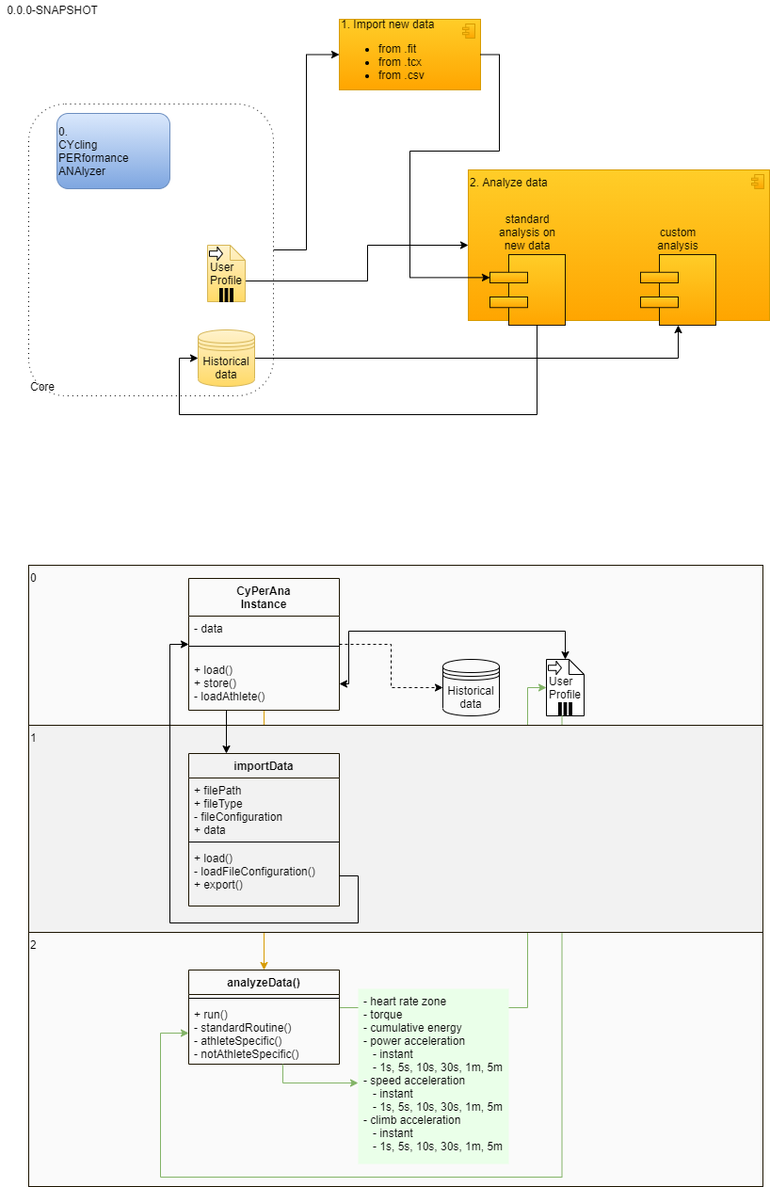
Before: architecture.png, a diagram exported from draw.io (stefano-v37/cyperana). Source tidied: cells renumbered, new cells last; positions are measured from the earlier drawing's top-left corner, leaving out a move shared by most shapes.
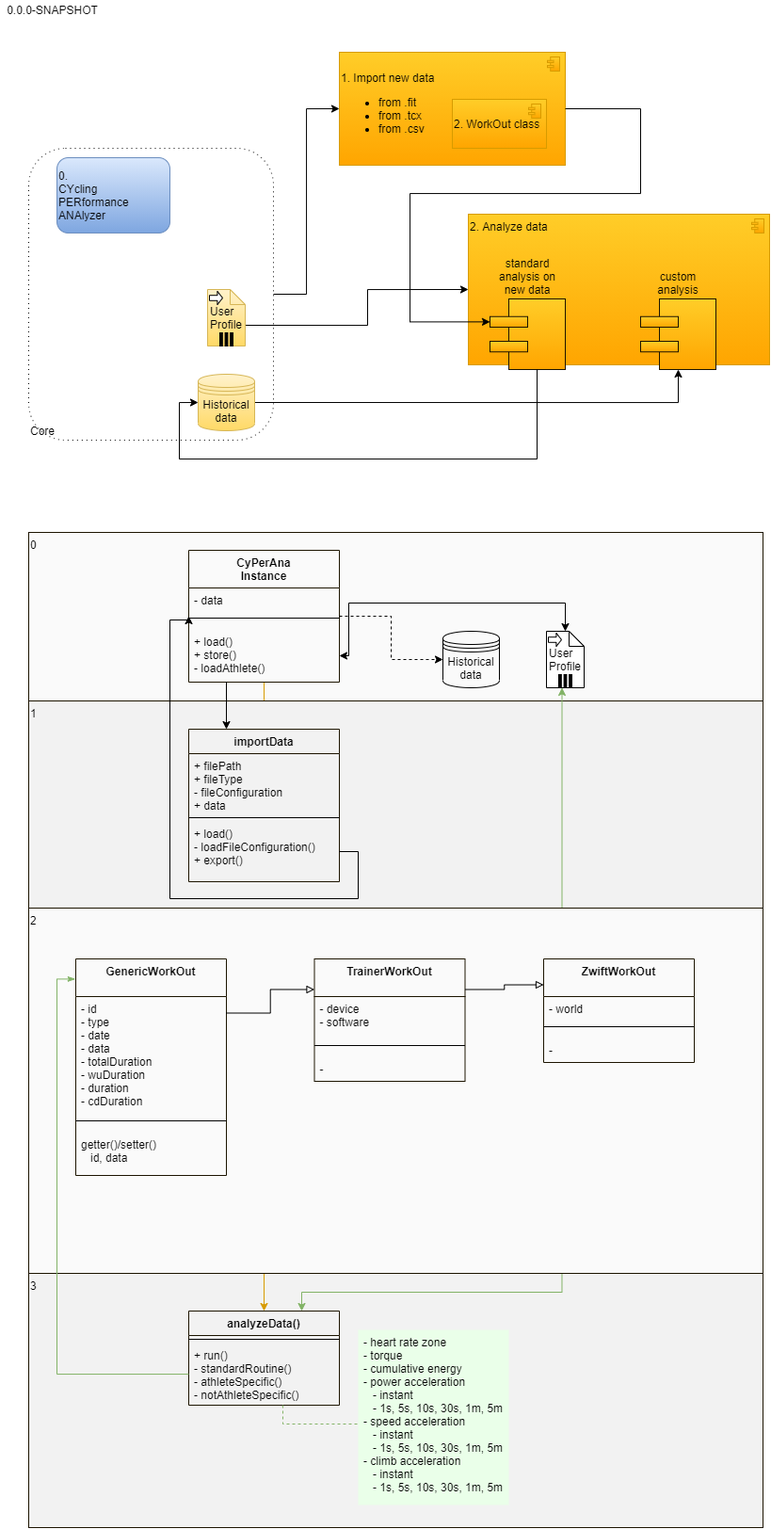
Above is the later version.

Commit message:
created class workOut  - inheritance for specific workout (zwift)

Change to the diagram source:
```diff
@@ -3,40 +3,40 @@
     <mxCell id="0" />
     <mxCell id="1" parent="0" />
     <mxCell id="2" value="0" style="whiteSpace=wrap;html=1;strokeColor=#1C1400;align=left;fillColor=#FAFAFA;verticalAlign=top;" parent="1" vertex="1">
-      <mxGeometry x="30" y="600" width="780" height="170" as="geometry" />
+      <mxGeometry x="30" y="565" width="780" height="179" as="geometry" />
     </mxCell>
-    <mxCell id="3" value="2" style="whiteSpace=wrap;html=1;strokeColor=#1C1400;align=left;fillColor=#FAFAFA;verticalAlign=top;" parent="1" vertex="1">
-      <mxGeometry x="30" y="990" width="780" height="270" as="geometry" />
+    <mxCell id="3" value="3" style="whiteSpace=wrap;html=1;strokeColor=#1C1400;align=left;verticalAlign=top;fillColor=#F2F2F2;" parent="1" vertex="1">
+      <mxGeometry x="30" y="1352" width="780" height="270" as="geometry" />
     </mxCell>
     <mxCell id="4" style="edgeStyle=orthogonalEdgeStyle;rounded=0;jettySize=auto;html=1;entryX=0;entryY=0.5;entryDx=0;entryDy=0;entryPerimeter=0;" parent="1" edge="1" source="5" target="13">
       <mxGeometry relative="1" as="geometry" />
     </mxCell>
     <mxCell id="5" value="Core" style="shape=ext;rounded=1;html=1;whiteSpace=wrap;dashed=1;dashPattern=1 4;fillColor=none;align=left;direction=center;labelPosition=center;verticalLabelPosition=middle;verticalAlign=bottom;" parent="1" vertex="1">
-      <mxGeometry x="30" y="110" width="260" height="310" as="geometry" />
+      <mxGeometry x="30" y="157" width="260" height="310" as="geometry" />
     </mxCell>
     <mxCell id="6" value="0.&lt;br&gt;CYcling&lt;br&gt;PERformance&lt;br&gt;ANAlyzer" style="shape=ext;rounded=1;html=1;whiteSpace=wrap;fillColor=#dae8fc;align=left;strokeColor=#6c8ebf;gradientColor=#7ea6e0;" parent="1" vertex="1">
-      <mxGeometry x="60" y="120" width="120" height="80" as="geometry" />
+      <mxGeometry x="60" y="167" width="120" height="80" as="geometry" />
     </mxCell>
     <mxCell id="7" style="edgeStyle=orthogonalEdgeStyle;rounded=0;jettySize=auto;html=1;exitX=1;exitY=0.5;exitDx=0;exitDy=0;" parent="1" edge="1" source="8" target="17">
       <mxGeometry relative="1" as="geometry">
         <Array as="points">
-          <mxPoint x="720" y="380" />
+          <mxPoint x="720" y="427" />
         </Array>
       </mxGeometry>
     </mxCell>
     <mxCell id="8" value="Historical data" style="shape=datastore;whiteSpace=wrap;html=1;fillColor=#fff2cc;strokeColor=#d6b656;gradientColor=#ffd966;" parent="1" vertex="1">
-      <mxGeometry x="210" y="350" width="60" height="60" as="geometry" />
+      <mxGeometry x="210" y="397" width="60" height="60" as="geometry" />
     </mxCell>
     <mxCell id="9" style="edgeStyle=orthogonalEdgeStyle;rounded=0;jettySize=auto;html=1;exitX=0;exitY=0;exitDx=40;exitDy=38;exitPerimeter=0;entryX=0;entryY=0.5;entryDx=0;entryDy=0;entryPerimeter=0;" parent="1" edge="1" source="10" target="14">
       <mxGeometry relative="1" as="geometry">
         <Array as="points">
-          <mxPoint x="390" y="298" />
-          <mxPoint x="390" y="260" />
+          <mxPoint x="390" y="345" />
+          <mxPoint x="390" y="307" />
         </Array>
       </mxGeometry>
     </mxCell>
     <mxCell id="10" value="&lt;div style=&quot;text-align: left&quot;&gt;&lt;span&gt;User&lt;/span&gt;&lt;/div&gt;&lt;div style=&quot;text-align: left&quot;&gt;&lt;span&gt;Profile&lt;/span&gt;&lt;/div&gt;" style="shape=note;whiteSpace=wrap;size=16;html=1;fillColor=#fff2cc;strokeColor=#d6b656;gradientColor=#ffd966;" parent="1" vertex="1">
-      <mxGeometry x="220" y="260" width="40" height="60" as="geometry" />
+      <mxGeometry x="220" y="307" width="40" height="60" as="geometry" />
     </mxCell>
     <mxCell id="11" style="html=1;shape=singleArrow;arrowWidth=0.4;arrowSize=0.4;" parent="10" vertex="1">
       <mxGeometry width="14" height="14" relative="1" as="geometry">
@@ -49,46 +49,38 @@
       </mxGeometry>
     </mxCell>
     <mxCell id="13" value="1. Import new data&lt;br&gt;&lt;ul&gt;&lt;li&gt;from .fit&lt;/li&gt;&lt;li&gt;from .tcx&lt;/li&gt;&lt;li&gt;from .csv&lt;/li&gt;&lt;/ul&gt;" style="html=1;outlineConnect=0;whiteSpace=wrap;fillColor=#ffcd28;shape=mxgraph.archimate3.application;appType=comp;archiType=square;align=left;gradientColor=#ffa500;strokeColor=#d79b00;" parent="1" vertex="1">
-      <mxGeometry x="360" y="20" width="150" height="75" as="geometry" />
+      <mxGeometry x="360" y="55" width="240" height="120" as="geometry" />
     </mxCell>
     <mxCell id="14" value="2. Analyze data" style="html=1;outlineConnect=0;whiteSpace=wrap;fillColor=#ffcd28;shape=mxgraph.archimate3.application;appType=comp;archiType=square;align=left;gradientColor=#ffa500;strokeColor=#d79b00;verticalAlign=top;" parent="1" vertex="1">
-      <mxGeometry x="497" y="180" width="320" height="160" as="geometry" />
+      <mxGeometry x="497" y="227" width="320" height="160" as="geometry" />
     </mxCell>
     <mxCell id="15" value="standard analysis on new data" style="html=1;outlineConnect=0;whiteSpace=wrap;fillColor=#ffcd28;shape=mxgraph.archimate3.component;align=center;gradientColor=#ffa500;strokeColor=#1C1400;labelPosition=center;verticalLabelPosition=top;verticalAlign=bottom;" parent="1" vertex="1">
-      <mxGeometry x="520" y="270" width="80" height="75" as="geometry" />
+      <mxGeometry x="520" y="317" width="80" height="75" as="geometry" />
     </mxCell>
     <mxCell id="16" style="edgeStyle=orthogonalEdgeStyle;rounded=0;jettySize=auto;html=1;entryX=0;entryY=0.5;entryDx=0;entryDy=0;exitX=0.625;exitY=1;exitDx=0;exitDy=0;exitPerimeter=0;" parent="1" edge="1" source="15" target="8">
       <mxGeometry relative="1" as="geometry">
         <Array as="points">
-          <mxPoint x="570" y="440" />
-          <mxPoint x="190" y="440" />
-          <mxPoint x="190" y="380" />
+          <mxPoint x="570" y="487" />
+          <mxPoint x="190" y="487" />
+          <mxPoint x="190" y="427" />
         </Array>
       </mxGeometry>
     </mxCell>
     <mxCell id="17" value="custom analysis" style="html=1;outlineConnect=0;whiteSpace=wrap;fillColor=#ffcd28;shape=mxgraph.archimate3.component;align=center;gradientColor=#ffa500;strokeColor=#1C1400;labelPosition=center;verticalLabelPosition=top;verticalAlign=bottom;" parent="1" vertex="1">
-      <mxGeometry x="680" y="270" width="80" height="75" as="geometry" />
+      <mxGeometry x="680" y="317" width="80" height="75" as="geometry" />
     </mxCell>
     <mxCell id="18" style="edgeStyle=orthogonalEdgeStyle;rounded=0;jettySize=auto;html=1;exitX=1;exitY=0.5;exitDx=0;exitDy=0;exitPerimeter=0;entryX=0;entryY=0.325;entryDx=0;entryDy=0;entryPerimeter=0;" parent="1" edge="1" source="13" target="15">
       <mxGeometry relative="1" as="geometry">
         <Array as="points">
-          <mxPoint x="530" y="58" />
-          <mxPoint x="530" y="160" />
-          <mxPoint x="435" y="160" />
-          <mxPoint x="435" y="294" />
+          <mxPoint x="680" y="115" />
+          <mxPoint x="680" y="205" />
+          <mxPoint x="435" y="205" />
+          <mxPoint x="435" y="341" />
         </Array>
       </mxGeometry>
     </mxCell>
-    <mxCell id="19" style="edgeStyle=orthogonalEdgeStyle;rounded=0;jettySize=auto;html=1;entryX=0;entryY=0.5;entryDx=0;entryDy=0;entryPerimeter=0;fillColor=#d5e8d4;strokeColor=#82b366;" parent="1" edge="1" source="20" target="32">
-      <mxGeometry relative="1" as="geometry">
-        <Array as="points">
-          <mxPoint x="560" y="1070" />
-          <mxPoint x="560" y="730" />
-        </Array>
-      </mxGeometry>
-    </mxCell>
     <mxCell id="20" value="analyzeData()" style="swimlane;fontStyle=1;align=center;verticalAlign=top;horizontal=1;startSize=26;strokeColor=#1C1400;fillColor=none;" parent="1" vertex="1">
-      <mxGeometry x="200" y="1030" width="160" height="100" as="geometry" />
+      <mxGeometry x="200" y="1392" width="160" height="100" as="geometry" />
     </mxCell>
     <mxCell id="21" style="line;strokeWidth=1;fillColor=none;align=left;verticalAlign=middle;spacingTop=-1;spacingLeft=3;spacingRight=3;labelPosition=right;" parent="20" vertex="1">
       <mxGeometry y="26" width="160" height="8" as="geometry" />
@@ -97,13 +89,13 @@
       <mxGeometry y="34" width="160" height="66" as="geometry" />
     </mxCell>
     <mxCell id="23" value="Historical data" style="shape=datastore;whiteSpace=wrap;html=1;fillColor=none;" parent="1" vertex="1">
-      <mxGeometry x="470" y="700" width="60" height="60" as="geometry" />
+      <mxGeometry x="470" y="670" width="60" height="60" as="geometry" />
     </mxCell>
     <mxCell id="24" style="edgeStyle=orthogonalEdgeStyle;rounded=0;jettySize=auto;html=1;strokeColor=#d79b00;noJump=1;entryX=0.5;entryY=0;entryDx=0;entryDy=0;exitX=0.5;exitY=1;exitDx=0;exitDy=0;fillColor=#ffe6cc;" parent="1" edge="1" source="25" target="20">
       <mxGeometry relative="1" as="geometry" />
     </mxCell>
     <mxCell id="25" value="CyPerAna&#10;Instance" style="swimlane;fontStyle=1;align=center;verticalAlign=top;horizontal=1;startSize=40;strokeColor=#1C1400;fillColor=none;" parent="1" vertex="1">
-      <mxGeometry x="200" y="614" width="160" height="140" as="geometry" />
+      <mxGeometry x="200" y="584" width="160" height="140" as="geometry" />
     </mxCell>
     <mxCell id="26" value="- data" style="text;strokeColor=none;fillColor=none;align=left;verticalAlign=top;spacingLeft=4;spacingRight=4;overflow=hidden;" parent="25" vertex="1">
       <mxGeometry y="40" width="160" height="20" as="geometry" />
@@ -123,14 +115,14 @@
     <mxCell id="31" style="edgeStyle=orthogonalEdgeStyle;rounded=0;jettySize=auto;html=1;entryX=1;entryY=0.5;entryDx=0;entryDy=0;startArrow=classic;startFill=1;" parent="1" edge="1" source="32" target="28">
       <mxGeometry relative="1" as="geometry">
         <Array as="points">
-          <mxPoint x="600" y="670" />
-          <mxPoint x="370" y="670" />
-          <mxPoint x="370" y="726" />
+          <mxPoint x="600" y="640" />
+          <mxPoint x="370" y="640" />
+          <mxPoint x="370" y="696" />
         </Array>
       </mxGeometry>
     </mxCell>
     <mxCell id="32" value="&lt;div style=&quot;text-align: left&quot;&gt;&lt;span&gt;User&lt;/span&gt;&lt;/div&gt;&lt;div style=&quot;text-align: left&quot;&gt;&lt;span&gt;Profile&lt;/span&gt;&lt;/div&gt;" style="shape=note;whiteSpace=wrap;size=16;html=1;" parent="1" vertex="1">
-      <mxGeometry x="580" y="700" width="40" height="60" as="geometry" />
+      <mxGeometry x="580" y="670" width="40" height="60" as="geometry" />
     </mxCell>
     <mxCell id="33" style="html=1;shape=singleArrow;arrowWidth=0.4;arrowSize=0.4;" parent="32" vertex="1">
       <mxGeometry width="14" height="14" relative="1" as="geometry">
@@ -142,20 +134,11 @@
         <mxPoint x="-7" y="-14" as="offset" />
       </mxGeometry>
     </mxCell>
-    <mxCell id="35" style="edgeStyle=orthogonalEdgeStyle;rounded=0;jettySize=auto;html=1;exitX=0.25;exitY=1;exitDx=0;exitDy=0;entryX=0;entryY=0.5;entryDx=0;entryDy=0;fillColor=#d5e8d4;strokeColor=#82b366;" parent="32" edge="1" source="34" target="22">
-      <mxGeometry relative="1" as="geometry">
-        <Array as="points">
-          <mxPoint x="17" y="550" />
-          <mxPoint x="-410" y="550" />
-          <mxPoint x="-410" y="397" />
-        </Array>
-      </mxGeometry>
-    </mxCell>
-    <mxCell id="36" value="1" style="whiteSpace=wrap;html=1;strokeColor=#1C1400;align=left;fillColor=#F2F2F2;verticalAlign=top;" parent="1" vertex="1">
-      <mxGeometry x="30" y="770" width="780" height="220" as="geometry" />
+    <mxCell id="36" value="1" style="whiteSpace=wrap;html=1;strokeColor=#1C1400;align=left;verticalAlign=top;fillColor=#F2F2F2;" parent="1" vertex="1">
+      <mxGeometry x="30" y="744" width="780" height="220" as="geometry" />
     </mxCell>
     <mxCell id="37" value="importData" style="swimlane;fontStyle=1;align=center;verticalAlign=top;horizontal=1;startSize=26;strokeColor=#1C1400;fillColor=none;" parent="1" vertex="1">
-      <mxGeometry x="200" y="800" width="160" height="162" as="geometry" />
+      <mxGeometry x="200" y="774" width="160" height="162" as="geometry" />
     </mxCell>
     <mxCell id="38" value="+ filePath&#10;+ fileType&#10;- fileConfiguration&#10;+ data" style="text;strokeColor=none;fillColor=none;align=left;verticalAlign=top;spacingLeft=4;spacingRight=4;overflow=hidden;" parent="37" vertex="1">
       <mxGeometry y="26" width="160" height="64" as="geometry" />
@@ -169,10 +152,10 @@
     <mxCell id="41" style="edgeStyle=orthogonalEdgeStyle;rounded=0;jettySize=auto;html=1;exitX=1;exitY=0.5;exitDx=0;exitDy=0;entryX=0;entryY=0.5;entryDx=0;entryDy=0;" parent="1" edge="1" source="40" target="25">
       <mxGeometry relative="1" as="geometry">
         <Array as="points">
-          <mxPoint x="380" y="930" />
-          <mxPoint x="380" y="980" />
-          <mxPoint x="180" y="980" />
-          <mxPoint x="180" y="684" />
+          <mxPoint x="380" y="904" />
+          <mxPoint x="380" y="954" />
+          <mxPoint x="180" y="954" />
+          <mxPoint x="180" y="658" />
         </Array>
       </mxGeometry>
     </mxCell>
@@ -180,14 +163,73 @@
       <mxGeometry relative="1" as="geometry" />
     </mxCell>
     <mxCell id="43" value="- heart rate zone&#10;- torque&#10;- cumulative energy&#10;- power acceleration&#10;   - instant&#10;   - 1s, 5s, 10s, 30s, 1m, 5m&#10;- speed acceleration&#10;   - instant&#10;   - 1s, 5s, 10s, 30s, 1m, 5m&#10;- climb acceleration&#10;   - instant&#10;   - 1s, 5s, 10s, 30s, 1m, 5m&#10;&#10;&#10;" style="text;align=left;verticalAlign=top;spacingLeft=4;spacingRight=4;overflow=hidden;points=[[0,0.5],[1,0.5]];portConstraint=eastwest;fillColor=#EAFFE9;" parent="1" vertex="1">
-      <mxGeometry x="380" y="1050" width="160" height="186" as="geometry" />
+      <mxGeometry x="380" y="1412" width="160" height="186" as="geometry" />
     </mxCell>
-    <mxCell id="44" style="edgeStyle=orthogonalEdgeStyle;rounded=0;jettySize=auto;html=1;exitX=0.625;exitY=1;exitDx=0;exitDy=0;fillColor=#d5e8d4;strokeColor=#82b366;exitPerimeter=0;" parent="1" edge="1" source="22" target="43">
+    <mxCell id="44" style="edgeStyle=orthogonalEdgeStyle;rounded=0;jettySize=auto;html=1;exitX=0.625;exitY=1;exitDx=0;exitDy=0;fillColor=#d5e8d4;strokeColor=#82b366;exitPerimeter=0;endArrow=none;endFill=0;dashed=1;" parent="1" edge="1" source="22" target="43">
       <mxGeometry relative="1" as="geometry">
         <Array as="points">
-          <mxPoint x="300" y="1150" />
+          <mxPoint x="300" y="1512" />
         </Array>
       </mxGeometry>
     </mxCell>
+    <mxCell id="45" value="2. WorkOut class" style="html=1;whiteSpace=wrap;fillColor=#ffcd28;shape=mxgraph.archimate3.application;appType=comp;archiType=square;align=left;gradientColor=#ffa500;strokeColor=#d79b00;" parent="1" vertex="1">
+      <mxGeometry x="480" y="105" width="100" height="52" as="geometry" />
+    </mxCell>
+    <mxCell id="35" style="edgeStyle=orthogonalEdgeStyle;rounded=0;jettySize=auto;html=1;exitX=0.25;exitY=1;exitDx=0;exitDy=0;entryX=0.75;entryY=0;entryDx=0;entryDy=0;fillColor=#d5e8d4;strokeColor=#82b366;startArrow=classic;startFill=1;" parent="1" edge="1" source="34" target="20">
+      <mxGeometry relative="1" as="geometry">
+        <Array as="points">
+          <mxPoint x="596" y="1372" />
+          <mxPoint x="320" y="1372" />
+        </Array>
+      </mxGeometry>
+    </mxCell>
+    <mxCell id="46" value="2" style="whiteSpace=wrap;html=1;strokeColor=#1C1400;align=left;fillColor=#FAFAFA;verticalAlign=top;" parent="1" vertex="1">
+      <mxGeometry x="30" y="964" width="780" height="388" as="geometry" />
+    </mxCell>
+    <mxCell id="47" value="GenericWorkOut" style="swimlane;fontStyle=1;align=center;verticalAlign=top;horizontal=1;startSize=40;strokeColor=#1C1400;fillColor=none;" parent="1" vertex="1">
+      <mxGeometry x="80" y="1018" width="160" height="230" as="geometry" />
+    </mxCell>
+    <mxCell id="48" value="- id&#10;- type&#10;- date&#10;- data&#10;- totalDuration&#10;- wuDuration&#10;- duration&#10;- cdDuration" style="text;strokeColor=none;fillColor=none;align=left;verticalAlign=top;spacingLeft=4;spacingRight=4;overflow=hidden;" parent="47" vertex="1">
+      <mxGeometry y="40" width="160" height="120" as="geometry" />
+    </mxCell>
+    <mxCell id="49" style="line;strokeWidth=1;fillColor=none;align=left;verticalAlign=middle;spacingTop=-1;spacingLeft=3;spacingRight=3;labelPosition=right;" parent="47" vertex="1">
+      <mxGeometry y="160" width="160" height="24" as="geometry" />
+    </mxCell>
+    <mxCell id="50" value="getter()/setter()&#10;   id, data" style="text;strokeColor=none;fillColor=none;align=left;verticalAlign=top;spacingLeft=4;spacingRight=4;overflow=hidden;" parent="47" vertex="1">
+      <mxGeometry y="184" width="160" height="46" as="geometry" />
+    </mxCell>
+    <mxCell id="51" value="ZwiftWorkOut" style="swimlane;fontStyle=1;align=center;verticalAlign=top;horizontal=1;startSize=40;strokeColor=#1C1400;fillColor=none;" parent="1" vertex="1">
+      <mxGeometry x="577" y="1018" width="160" height="110" as="geometry" />
+    </mxCell>
+    <mxCell id="52" value="- world" style="text;strokeColor=none;fillColor=none;align=left;verticalAlign=top;spacingLeft=4;spacingRight=4;overflow=hidden;" parent="51" vertex="1">
+      <mxGeometry y="40" width="160" height="20" as="geometry" />
+    </mxCell>
+    <mxCell id="53" style="line;strokeWidth=1;fillColor=none;align=left;verticalAlign=middle;spacingTop=-1;spacingLeft=3;spacingRight=3;labelPosition=right;" parent="51" vertex="1">
+      <mxGeometry y="60" width="160" height="24" as="geometry" />
+    </mxCell>
+    <mxCell id="54" value="-" style="text;strokeColor=none;fillColor=none;align=left;verticalAlign=top;spacingLeft=4;spacingRight=4;overflow=hidden;" parent="51" vertex="1">
+      <mxGeometry y="84" width="160" height="26" as="geometry" />
+    </mxCell>
+    <mxCell id="55" value="TrainerWorkOut" style="swimlane;fontStyle=1;align=center;verticalAlign=top;horizontal=1;startSize=40;strokeColor=#1C1400;fillColor=none;" parent="1" vertex="1">
+      <mxGeometry x="333.5" y="1018" width="160" height="130" as="geometry" />
+    </mxCell>
+    <mxCell id="56" value="- device&#10;- software" style="text;strokeColor=none;fillColor=none;align=left;verticalAlign=top;spacingLeft=4;spacingRight=4;overflow=hidden;" parent="55" vertex="1">
+      <mxGeometry y="40" width="160" height="40" as="geometry" />
+    </mxCell>
+    <mxCell id="57" style="line;strokeWidth=1;fillColor=none;align=left;verticalAlign=middle;spacingTop=-1;spacingLeft=3;spacingRight=3;labelPosition=right;" parent="55" vertex="1">
+      <mxGeometry y="80" width="160" height="24" as="geometry" />
+    </mxCell>
+    <mxCell id="58" value="-" style="text;strokeColor=none;fillColor=none;align=left;verticalAlign=top;spacingLeft=4;spacingRight=4;overflow=hidden;" parent="55" vertex="1">
+      <mxGeometry y="104" width="160" height="26" as="geometry" />
+    </mxCell>
+    <mxCell id="59" style="edgeStyle=orthogonalEdgeStyle;rounded=0;jettySize=auto;html=1;entryX=0;entryY=0.25;entryDx=0;entryDy=0;startArrow=none;startFill=0;endArrow=block;endFill=0;exitX=1;exitY=0.25;exitDx=0;exitDy=0;" parent="1" edge="1" source="47" target="55">
+      <mxGeometry relative="1" as="geometry" />
+    </mxCell>
+    <mxCell id="60" style="edgeStyle=orthogonalEdgeStyle;rounded=0;jettySize=auto;html=1;entryX=0;entryY=0.25;entryDx=0;entryDy=0;startArrow=none;startFill=0;endArrow=block;endFill=0;exitX=1;exitY=0.25;exitDx=0;exitDy=0;" parent="1" edge="1" source="55" target="51">
+      <mxGeometry relative="1" as="geometry" />
+    </mxCell>
+    <mxCell id="61" style="edgeStyle=orthogonalEdgeStyle;rounded=0;jettySize=auto;html=1;entryX=-0.002;entryY=0.093;entryDx=0;entryDy=0;entryPerimeter=0;startArrow=none;startFill=0;endArrow=classicThin;endFill=1;strokeColor=#82b366;fillColor=#d5e8d4;" parent="1" edge="1" source="22" target="47">
+      <mxGeometry relative="1" as="geometry" />
+    </mxCell>
   </root>
 </mxGraphModel>
```
